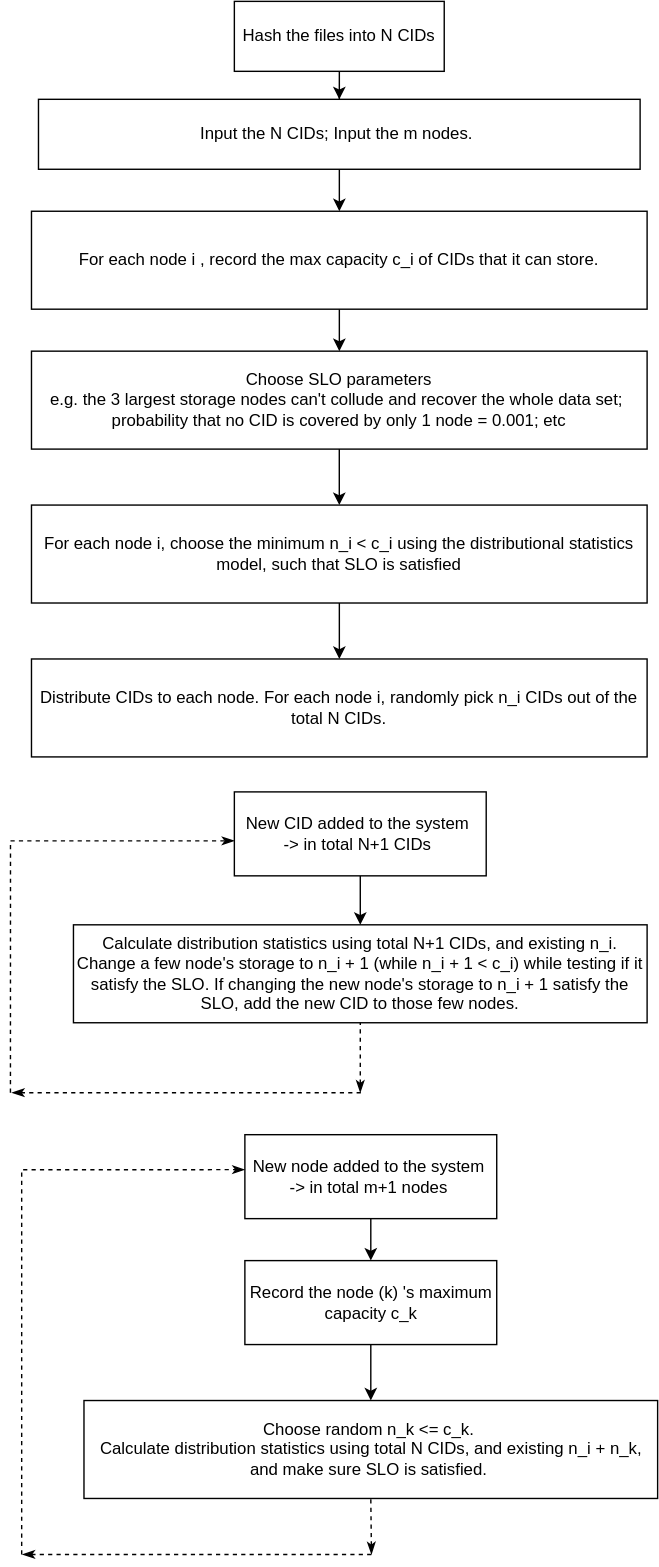
Above: assets/flow_chart.drawio.svg in zcahkwn/occ (draw.io), before the change. Source tidied: cells renumbered, new cells last; positions are measured from the earlier drawing's top-left corner, leaving out a move shared by most shapes.
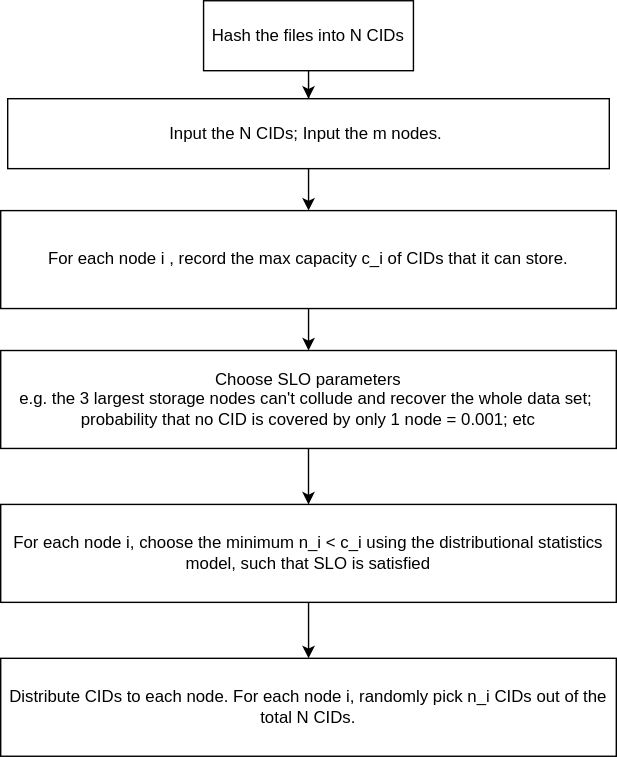
Above is the later version.

Change to the diagram source:
```diff
@@ -36,72 +36,6 @@
     <mxCell id="10" value="Distribute CIDs to each node. For each node i, randomly pick n_i CIDs out of the total N CIDs." style="rounded=0;whiteSpace=wrap;html=1;" parent="1" vertex="1">
       <mxGeometry x="15" y="470" width="440" height="70" as="geometry" />
     </mxCell>
-    <mxCell id="11" value="&lt;div&gt;Calculate distribution statistics using total N+1 CIDs, and existing n_i.&lt;/div&gt;&lt;div&gt;Change a few node's storage to n_i + 1 (while n_i + 1 &amp;lt; c_i) while testing if it satisfy the SLO. If changing the new node's storage to n_i + 1 satisfy the SLO, add the new CID to those few nodes.&lt;/div&gt;" style="rounded=0;whiteSpace=wrap;html=1;" parent="1" vertex="1">
-      <mxGeometry x="45" y="660" width="410" height="70" as="geometry" />
-    </mxCell>
-    <mxCell id="12" style="edgeStyle=orthogonalEdgeStyle;rounded=0;jettySize=auto;html=1;" parent="1" edge="1" source="13" target="11">
-      <mxGeometry relative="1" as="geometry" />
-    </mxCell>
-    <mxCell id="13" value="New CID added to the system&amp;nbsp;&lt;div&gt;-&amp;gt; in total N+1 CIDs&amp;nbsp;&lt;/div&gt;" style="rounded=0;whiteSpace=wrap;html=1;" parent="1" vertex="1">
-      <mxGeometry x="160" y="565" width="180" height="60" as="geometry" />
-    </mxCell>
-    <mxCell id="14" style="endArrow=none;html=1;rounded=0;entryX=0.5;entryY=1;entryDx=0;entryDy=0;dashed=1;startArrow=classicThin;startFill=1;" parent="1" edge="1" target="11">
-      <mxGeometry relative="1" as="geometry">
-        <mxPoint x="250" y="780" as="sourcePoint" />
-      </mxGeometry>
-    </mxCell>
-    <mxCell id="15" style="endArrow=none;html=1;rounded=0;dashed=1;startArrow=classicThin;startFill=1;" parent="1" edge="1">
-      <mxGeometry relative="1" as="geometry">
-        <mxPoint x="1" y="780" as="sourcePoint" />
-        <mxPoint x="251" y="780" as="targetPoint" />
-      </mxGeometry>
-    </mxCell>
-    <mxCell id="16" style="endArrow=classicThin;html=1;rounded=0;edgeStyle=orthogonalEdgeStyle;dashed=1;startArrow=none;startFill=0;endFill=1;" parent="1" edge="1">
-      <mxGeometry relative="1" as="geometry">
-        <mxPoint y="780" as="sourcePoint" />
-        <mxPoint x="160" y="600" as="targetPoint" />
-        <Array as="points">
-          <mxPoint y="600" />
-          <mxPoint x="50" y="600" />
-        </Array>
-      </mxGeometry>
-    </mxCell>
-    <mxCell id="17" value="&lt;div&gt;Choose random n_k &amp;lt;= c_k.&amp;nbsp;&lt;/div&gt;&lt;div&gt;Calculate distribution statistics using total N CIDs, and existing n_i + n_k, and make sure SLO is satisfied.&amp;nbsp;&lt;/div&gt;" style="rounded=0;whiteSpace=wrap;html=1;" parent="1" vertex="1">
-      <mxGeometry x="52.5" y="1000" width="410" height="70" as="geometry" />
-    </mxCell>
-    <mxCell id="18" style="edgeStyle=orthogonalEdgeStyle;rounded=0;jettySize=auto;html=1;entryX=0.5;entryY=0;entryDx=0;entryDy=0;" parent="1" edge="1" source="19" target="24">
-      <mxGeometry relative="1" as="geometry" />
-    </mxCell>
-    <mxCell id="19" value="New node added to the system&amp;nbsp;&lt;div&gt;-&amp;gt; in total m+1 nodes&amp;nbsp;&lt;/div&gt;" style="rounded=0;whiteSpace=wrap;html=1;" parent="1" vertex="1">
-      <mxGeometry x="167.5" y="810" width="180" height="60" as="geometry" />
-    </mxCell>
-    <mxCell id="20" style="endArrow=none;html=1;rounded=0;entryX=0.5;entryY=1;entryDx=0;entryDy=0;dashed=1;startArrow=classicThin;startFill=1;" parent="1" edge="1" target="17">
-      <mxGeometry relative="1" as="geometry">
-        <mxPoint x="258" y="1110" as="sourcePoint" />
-      </mxGeometry>
-    </mxCell>
-    <mxCell id="21" style="endArrow=none;html=1;rounded=0;dashed=1;startArrow=classicThin;startFill=1;" parent="1" edge="1">
-      <mxGeometry relative="1" as="geometry">
-        <mxPoint x="8.5" y="1110" as="sourcePoint" />
-        <mxPoint x="258.5" y="1110" as="targetPoint" />
-      </mxGeometry>
-    </mxCell>
-    <mxCell id="22" style="endArrow=classicThin;html=1;rounded=0;edgeStyle=orthogonalEdgeStyle;dashed=1;startArrow=none;startFill=0;endFill=1;" parent="1" edge="1">
-      <mxGeometry relative="1" as="geometry">
-        <mxPoint x="8" y="1110" as="sourcePoint" />
-        <mxPoint x="167.5" y="835" as="targetPoint" />
-        <Array as="points">
-          <mxPoint x="7.5" y="835" />
-          <mxPoint x="57.5" y="835" />
-        </Array>
-      </mxGeometry>
-    </mxCell>
-    <mxCell id="23" style="edgeStyle=orthogonalEdgeStyle;rounded=0;jettySize=auto;html=1;" parent="1" edge="1" source="24" target="17">
-      <mxGeometry relative="1" as="geometry" />
-    </mxCell>
-    <mxCell id="24" value="Record the node (k) 's maximum capacity c_k" style="rounded=0;whiteSpace=wrap;html=1;" parent="1" vertex="1">
-      <mxGeometry x="167.5" y="900" width="180" height="60" as="geometry" />
-    </mxCell>
     <mxCell id="25" style="edgeStyle=orthogonalEdgeStyle;rounded=0;jettySize=auto;html=1;entryX=0.5;entryY=0;entryDx=0;entryDy=0;" parent="1" edge="1" source="26" target="5">
       <mxGeometry relative="1" as="geometry" />
     </mxCell>
```
